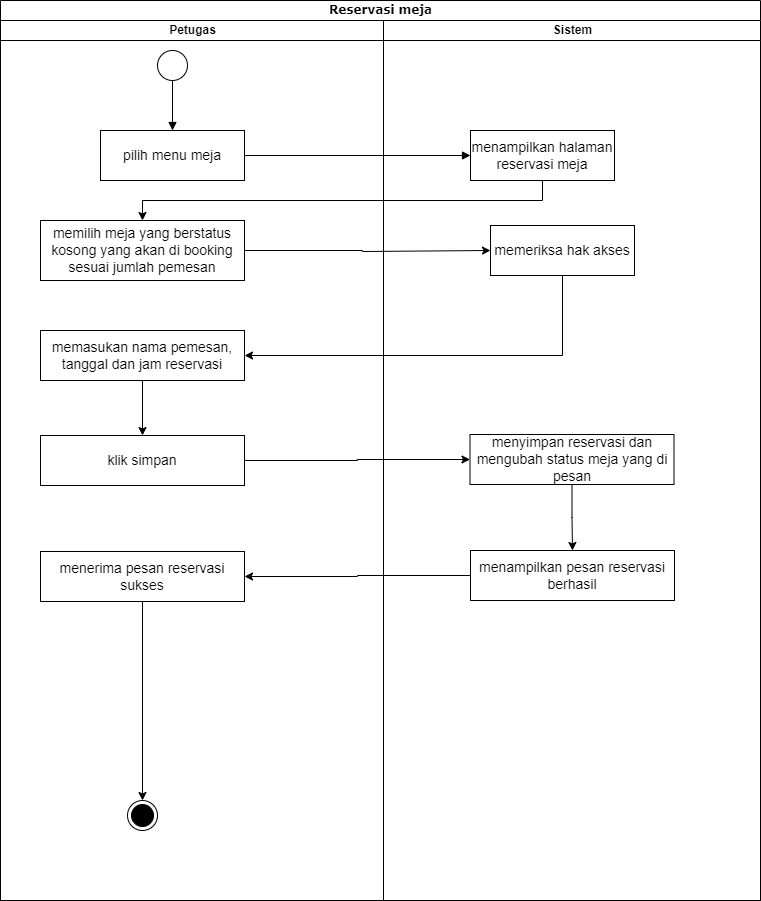
Before: activity4.drawio.png, a diagram exported from draw.io (annrdhjn/drawio). Source tidied: cells renumbered, new cells last; positions are measured from the earlier drawing's top-left corner, leaving out a move shared by most shapes. Its diagram source:
```xml
<mxGraphModel>
  <root>
    <mxCell id="0" />
    <mxCell id="1" parent="0" />
    <mxCell id="2" value="Reservasi meja" style="swimlane;html=1;startSize=20;rounded=0;shadow=0;comic=0;labelBackgroundColor=none;strokeWidth=1;fontFamily=Verdana;fontSize=12;align=center;" parent="1" vertex="1">
      <mxGeometry width="760" height="900" as="geometry" />
    </mxCell>
    <mxCell id="3" style="html=1;verticalAlign=bottom;labelBackgroundColor=none;endArrow=block;endFill=1;rounded=0;exitX=1;exitY=0.5;exitDx=0;exitDy=0;entryX=0;entryY=0.5;entryDx=0;entryDy=0;" parent="2" edge="1" source="8" target="18">
      <mxGeometry relative="1" as="geometry" />
    </mxCell>
    <mxCell id="4" style="edgeStyle=orthogonalEdgeStyle;rounded=0;jettySize=auto;html=1;exitX=0.5;exitY=1;exitDx=0;exitDy=0;entryX=0.5;entryY=0;entryDx=0;entryDy=0;" parent="2" edge="1" source="18" target="10">
      <mxGeometry relative="1" as="geometry" />
    </mxCell>
    <mxCell id="5" style="edgeStyle=orthogonalEdgeStyle;rounded=0;jettySize=auto;html=1;exitX=1;exitY=0.5;exitDx=0;exitDy=0;entryX=0;entryY=0.5;entryDx=0;entryDy=0;" parent="2" edge="1" source="10" target="19">
      <mxGeometry relative="1" as="geometry">
        <Array as="points">
          <mxPoint x="362" y="250" />
          <mxPoint x="490" y="251" />
        </Array>
      </mxGeometry>
    </mxCell>
    <mxCell id="6" value="Petugas" style="swimlane;html=1;startSize=20;" parent="2" vertex="1">
      <mxGeometry y="20" width="383" height="880" as="geometry" />
    </mxCell>
    <mxCell id="7" style="ellipse;" parent="6" vertex="1">
      <mxGeometry x="157" y="30" width="30" height="30" as="geometry" />
    </mxCell>
    <mxCell id="8" value="&lt;font style=&quot;font-size: 14px;&quot;&gt;pilih menu meja&lt;/font&gt;" style="html=1;whiteSpace=wrap;" parent="6" vertex="1">
      <mxGeometry x="100" y="110" width="144" height="50" as="geometry" />
    </mxCell>
    <mxCell id="9" style="html=1;verticalAlign=bottom;labelBackgroundColor=none;endArrow=block;endFill=1;rounded=0;exitX=0.5;exitY=1;exitDx=0;exitDy=0;" parent="6" edge="1" source="7" target="8">
      <mxGeometry relative="1" as="geometry" />
    </mxCell>
    <mxCell id="10" value="&lt;font style=&quot;font-size: 14px;&quot;&gt;memilih meja yang berstatus kosong yang akan di booking sesuai jumlah pemesan&lt;/font&gt;" style="html=1;whiteSpace=wrap;" parent="6" vertex="1">
      <mxGeometry x="40" y="200" width="204" height="60" as="geometry" />
    </mxCell>
    <mxCell id="11" style="edgeStyle=orthogonalEdgeStyle;rounded=0;jettySize=auto;html=1;entryX=0.5;entryY=0;entryDx=0;entryDy=0;" parent="6" edge="1" source="12" target="13">
      <mxGeometry relative="1" as="geometry" />
    </mxCell>
    <mxCell id="12" value="&lt;font style=&quot;font-size: 14px;&quot;&gt;memasukan nama pemesan, tanggal dan jam reservasi&lt;/font&gt;" style="html=1;whiteSpace=wrap;" parent="6" vertex="1">
      <mxGeometry x="40" y="310" width="204" height="50" as="geometry" />
    </mxCell>
    <mxCell id="13" value="&lt;font style=&quot;font-size: 14px;&quot;&gt;klik simpan&lt;/font&gt;" style="html=1;whiteSpace=wrap;" parent="6" vertex="1">
      <mxGeometry x="40" y="415" width="204" height="50" as="geometry" />
    </mxCell>
    <mxCell id="14" value="&lt;font style=&quot;font-size: 14px;&quot;&gt;menerima pesan reservasi sukses&lt;/font&gt;" style="html=1;whiteSpace=wrap;" parent="6" vertex="1">
      <mxGeometry x="40" y="531" width="204" height="50" as="geometry" />
    </mxCell>
    <mxCell id="15" style="ellipse;html=1;shape=endState;fillColor=strokeColor;" parent="6" vertex="1">
      <mxGeometry x="127" y="780" width="30" height="30" as="geometry" />
    </mxCell>
    <mxCell id="16" style="edgeStyle=orthogonalEdgeStyle;rounded=0;jettySize=auto;html=1;entryX=0.5;entryY=0;entryDx=0;entryDy=0;exitX=0.5;exitY=1;exitDx=0;exitDy=0;" parent="6" edge="1" source="14" target="15">
      <mxGeometry relative="1" as="geometry" />
    </mxCell>
    <mxCell id="17" value="Sistem" style="swimlane;html=1;startSize=20;" parent="2" vertex="1">
      <mxGeometry x="383" y="20" width="377" height="880" as="geometry" />
    </mxCell>
    <mxCell id="18" value="&lt;font style=&quot;font-size: 14px;&quot;&gt;menampilkan halaman reservasi meja&lt;/font&gt;" style="html=1;whiteSpace=wrap;" parent="17" vertex="1">
      <mxGeometry x="87" y="110" width="144" height="50" as="geometry" />
    </mxCell>
    <mxCell id="19" value="&lt;font style=&quot;font-size: 14px;&quot;&gt;memeriksa hak akses&lt;/font&gt;" style="html=1;whiteSpace=wrap;" parent="17" vertex="1">
      <mxGeometry x="107" y="205" width="144" height="50" as="geometry" />
    </mxCell>
    <mxCell id="20" style="edgeStyle=orthogonalEdgeStyle;rounded=0;jettySize=auto;html=1;entryX=0.5;entryY=0;entryDx=0;entryDy=0;" parent="17" edge="1" source="21" target="22">
      <mxGeometry relative="1" as="geometry" />
    </mxCell>
    <mxCell id="21" value="&lt;font style=&quot;font-size: 14px;&quot;&gt;menyimpan reservasi dan mengubah status meja yang di pesan&lt;/font&gt;" style="html=1;whiteSpace=wrap;" parent="17" vertex="1">
      <mxGeometry x="86.5" y="414" width="204" height="50" as="geometry" />
    </mxCell>
    <mxCell id="22" value="&lt;font style=&quot;font-size: 14px;&quot;&gt;menampilkan pesan reservasi berhasil&lt;/font&gt;" style="html=1;whiteSpace=wrap;" parent="17" vertex="1">
      <mxGeometry x="87" y="530" width="204" height="50" as="geometry" />
    </mxCell>
    <mxCell id="23" style="edgeStyle=orthogonalEdgeStyle;rounded=0;jettySize=auto;html=1;exitX=0.5;exitY=1;exitDx=0;exitDy=0;entryX=1;entryY=0.5;entryDx=0;entryDy=0;" parent="2" edge="1" source="19" target="12">
      <mxGeometry relative="1" as="geometry" />
    </mxCell>
    <mxCell id="24" style="edgeStyle=orthogonalEdgeStyle;rounded=0;jettySize=auto;html=1;entryX=0;entryY=0.5;entryDx=0;entryDy=0;" parent="2" edge="1" source="13" target="21">
      <mxGeometry relative="1" as="geometry" />
    </mxCell>
    <mxCell id="25" style="edgeStyle=orthogonalEdgeStyle;rounded=0;jettySize=auto;html=1;entryX=1;entryY=0.5;entryDx=0;entryDy=0;" parent="2" edge="1" source="22" target="14">
      <mxGeometry relative="1" as="geometry" />
    </mxCell>
  </root>
</mxGraphModel>
```
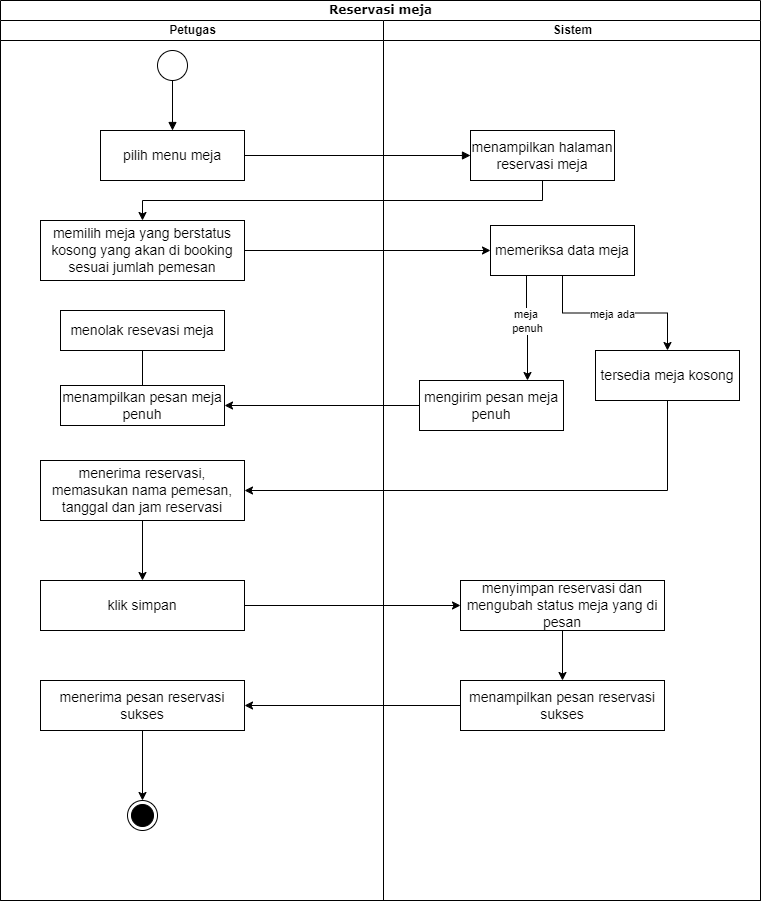
After the commit.

Change to the diagram source:
```diff
@@ -1,4 +1,4 @@
-<mxGraphModel>
+<mxGraphModel background="#ffffff">
   <root>
     <mxCell id="0" />
     <mxCell id="1" parent="0" />
@@ -11,14 +11,6 @@
     <mxCell id="4" style="edgeStyle=orthogonalEdgeStyle;rounded=0;jettySize=auto;html=1;exitX=0.5;exitY=1;exitDx=0;exitDy=0;entryX=0.5;entryY=0;entryDx=0;entryDy=0;" parent="2" edge="1" source="18" target="10">
       <mxGeometry relative="1" as="geometry" />
     </mxCell>
-    <mxCell id="5" style="edgeStyle=orthogonalEdgeStyle;rounded=0;jettySize=auto;html=1;exitX=1;exitY=0.5;exitDx=0;exitDy=0;entryX=0;entryY=0.5;entryDx=0;entryDy=0;" parent="2" edge="1" source="10" target="19">
-      <mxGeometry relative="1" as="geometry">
-        <Array as="points">
-          <mxPoint x="362" y="250" />
-          <mxPoint x="490" y="251" />
-        </Array>
-      </mxGeometry>
-    </mxCell>
     <mxCell id="6" value="Petugas" style="swimlane;html=1;startSize=20;" parent="2" vertex="1">
       <mxGeometry y="20" width="383" height="880" as="geometry" />
     </mxCell>
@@ -37,14 +29,14 @@
     <mxCell id="11" style="edgeStyle=orthogonalEdgeStyle;rounded=0;jettySize=auto;html=1;entryX=0.5;entryY=0;entryDx=0;entryDy=0;" parent="6" edge="1" source="12" target="13">
       <mxGeometry relative="1" as="geometry" />
     </mxCell>
-    <mxCell id="12" value="&lt;font style=&quot;font-size: 14px;&quot;&gt;memasukan nama pemesan, tanggal dan jam reservasi&lt;/font&gt;" style="html=1;whiteSpace=wrap;" parent="6" vertex="1">
-      <mxGeometry x="40" y="310" width="204" height="50" as="geometry" />
+    <mxCell id="12" value="&lt;font style=&quot;font-size: 14px;&quot;&gt;menerima reservasi, memasukan nama pemesan, tanggal dan jam reservasi&lt;/font&gt;" style="html=1;whiteSpace=wrap;" parent="6" vertex="1">
+      <mxGeometry x="40" y="440" width="204" height="60" as="geometry" />
     </mxCell>
     <mxCell id="13" value="&lt;font style=&quot;font-size: 14px;&quot;&gt;klik simpan&lt;/font&gt;" style="html=1;whiteSpace=wrap;" parent="6" vertex="1">
-      <mxGeometry x="40" y="415" width="204" height="50" as="geometry" />
+      <mxGeometry x="40" y="560" width="204" height="50" as="geometry" />
     </mxCell>
     <mxCell id="14" value="&lt;font style=&quot;font-size: 14px;&quot;&gt;menerima pesan reservasi sukses&lt;/font&gt;" style="html=1;whiteSpace=wrap;" parent="6" vertex="1">
-      <mxGeometry x="40" y="531" width="204" height="50" as="geometry" />
+      <mxGeometry x="40" y="660" width="204" height="50" as="geometry" />
     </mxCell>
     <mxCell id="15" style="ellipse;html=1;shape=endState;fillColor=strokeColor;" parent="6" vertex="1">
       <mxGeometry x="127" y="780" width="30" height="30" as="geometry" />
@@ -52,32 +44,65 @@
     <mxCell id="16" style="edgeStyle=orthogonalEdgeStyle;rounded=0;jettySize=auto;html=1;entryX=0.5;entryY=0;entryDx=0;entryDy=0;exitX=0.5;exitY=1;exitDx=0;exitDy=0;" parent="6" edge="1" source="14" target="15">
       <mxGeometry relative="1" as="geometry" />
     </mxCell>
+    <mxCell id="26" value="&lt;font style=&quot;font-size: 14px;&quot;&gt;menampilkan pesan meja penuh&lt;/font&gt;" style="html=1;whiteSpace=wrap;" parent="6" vertex="1">
+      <mxGeometry x="60" y="365" width="164" height="40" as="geometry" />
+    </mxCell>
+    <mxCell id="27" value="&lt;font style=&quot;font-size: 14px;&quot;&gt;menolak resevasi meja&lt;/font&gt;" style="html=1;whiteSpace=wrap;" parent="6" vertex="1">
+      <mxGeometry x="60" y="290" width="164" height="40" as="geometry" />
+    </mxCell>
+    <mxCell id="28" style="endArrow=none;html=1;rounded=0;entryX=0.5;entryY=1;entryDx=0;entryDy=0;exitX=0.5;exitY=0;exitDx=0;exitDy=0;" parent="6" edge="1" source="26" target="27">
+      <mxGeometry relative="1" as="geometry" />
+    </mxCell>
+    <mxCell id="24" style="edgeStyle=orthogonalEdgeStyle;rounded=0;jettySize=auto;html=1;entryX=0;entryY=0.5;entryDx=0;entryDy=0;" parent="2" edge="1" source="13" target="21">
+      <mxGeometry relative="1" as="geometry" />
+    </mxCell>
+    <mxCell id="25" style="edgeStyle=orthogonalEdgeStyle;rounded=0;jettySize=auto;html=1;entryX=1;entryY=0.5;entryDx=0;entryDy=0;" parent="2" edge="1" source="22" target="14">
+      <mxGeometry relative="1" as="geometry" />
+    </mxCell>
+    <mxCell id="5" style="edgeStyle=orthogonalEdgeStyle;rounded=0;jettySize=auto;html=1;exitX=1;exitY=0.5;exitDx=0;exitDy=0;entryX=0;entryY=0.5;entryDx=0;entryDy=0;" parent="2" edge="1" source="10" target="19">
+      <mxGeometry relative="1" as="geometry" />
+    </mxCell>
+    <mxCell id="29" style="edgeStyle=orthogonalEdgeStyle;rounded=0;jettySize=auto;html=1;exitX=0;exitY=0.5;exitDx=0;exitDy=0;" parent="2" edge="1" source="31" target="26">
+      <mxGeometry relative="1" as="geometry" />
+    </mxCell>
+    <mxCell id="30" style="edgeStyle=orthogonalEdgeStyle;rounded=0;jettySize=auto;html=1;exitX=0.5;exitY=1;exitDx=0;exitDy=0;entryX=1;entryY=0.5;entryDx=0;entryDy=0;" parent="2" edge="1" source="32" target="12">
+      <mxGeometry relative="1" as="geometry" />
+    </mxCell>
     <mxCell id="17" value="Sistem" style="swimlane;html=1;startSize=20;" parent="2" vertex="1">
       <mxGeometry x="383" y="20" width="377" height="880" as="geometry" />
     </mxCell>
     <mxCell id="18" value="&lt;font style=&quot;font-size: 14px;&quot;&gt;menampilkan halaman reservasi meja&lt;/font&gt;" style="html=1;whiteSpace=wrap;" parent="17" vertex="1">
       <mxGeometry x="87" y="110" width="144" height="50" as="geometry" />
     </mxCell>
-    <mxCell id="19" value="&lt;font style=&quot;font-size: 14px;&quot;&gt;memeriksa hak akses&lt;/font&gt;" style="html=1;whiteSpace=wrap;" parent="17" vertex="1">
+    <mxCell id="19" value="&lt;font style=&quot;font-size: 14px;&quot;&gt;memeriksa data meja&lt;/font&gt;" style="html=1;whiteSpace=wrap;" parent="17" vertex="1">
       <mxGeometry x="107" y="205" width="144" height="50" as="geometry" />
     </mxCell>
     <mxCell id="20" style="edgeStyle=orthogonalEdgeStyle;rounded=0;jettySize=auto;html=1;entryX=0.5;entryY=0;entryDx=0;entryDy=0;" parent="17" edge="1" source="21" target="22">
       <mxGeometry relative="1" as="geometry" />
     </mxCell>
     <mxCell id="21" value="&lt;font style=&quot;font-size: 14px;&quot;&gt;menyimpan reservasi dan mengubah status meja yang di pesan&lt;/font&gt;" style="html=1;whiteSpace=wrap;" parent="17" vertex="1">
-      <mxGeometry x="86.5" y="414" width="204" height="50" as="geometry" />
+      <mxGeometry x="77" y="560" width="204" height="50" as="geometry" />
     </mxCell>
-    <mxCell id="22" value="&lt;font style=&quot;font-size: 14px;&quot;&gt;menampilkan pesan reservasi berhasil&lt;/font&gt;" style="html=1;whiteSpace=wrap;" parent="17" vertex="1">
-      <mxGeometry x="87" y="530" width="204" height="50" as="geometry" />
+    <mxCell id="22" value="&lt;font style=&quot;font-size: 14px;&quot;&gt;menampilkan pesan reservasi sukses&lt;/font&gt;" style="html=1;whiteSpace=wrap;" parent="17" vertex="1">
+      <mxGeometry x="77" y="660" width="204" height="50" as="geometry" />
     </mxCell>
+    <mxCell id="31" value="&lt;font style=&quot;font-size: 14px;&quot;&gt;mengirim pesan meja penuh&lt;/font&gt;" style="html=1;whiteSpace=wrap;" parent="17" vertex="1">
+      <mxGeometry x="36" y="360" width="144" height="50" as="geometry" />
+    </mxCell>
+    <mxCell id="32" value="&lt;span style=&quot;font-size: 14px;&quot;&gt;tersedia meja kosong&lt;/span&gt;" style="html=1;whiteSpace=wrap;" parent="17" vertex="1">
+      <mxGeometry x="212" y="330" width="144" height="50" as="geometry" />
+    </mxCell>
-    <mxCell id="23" style="edgeStyle=orthogonalEdgeStyle;rounded=0;jettySize=auto;html=1;exitX=0.5;exitY=1;exitDx=0;exitDy=0;entryX=1;entryY=0.5;entryDx=0;entryDy=0;" parent="2" edge="1" source="19" target="12">
+    <mxCell id="23" style="edgeStyle=orthogonalEdgeStyle;rounded=0;jettySize=auto;html=1;exitX=0.5;exitY=1;exitDx=0;exitDy=0;entryX=0.5;entryY=0;entryDx=0;entryDy=0;" parent="17" edge="1" source="19" target="32">
       <mxGeometry relative="1" as="geometry" />
     </mxCell>
-    <mxCell id="24" style="edgeStyle=orthogonalEdgeStyle;rounded=0;jettySize=auto;html=1;entryX=0;entryY=0.5;entryDx=0;entryDy=0;" parent="2" edge="1" source="13" target="21">
-      <mxGeometry relative="1" as="geometry" />
-    </mxCell>
-    <mxCell id="25" style="edgeStyle=orthogonalEdgeStyle;rounded=0;jettySize=auto;html=1;entryX=1;entryY=0.5;entryDx=0;entryDy=0;" parent="2" edge="1" source="22" target="14">
-      <mxGeometry relative="1" as="geometry" />
-    </mxCell>
+    <mxCell id="33" value="meja ada" style="edgeLabel;html=1;align=center;verticalAlign=middle;" parent="23" vertex="1">
+      <mxGeometry x="-0.03" y="-1" relative="1" as="geometry" />
+    </mxCell>
+    <mxCell id="34" style="edgeStyle=orthogonalEdgeStyle;rounded=0;jettySize=auto;html=1;exitX=0.25;exitY=1;exitDx=0;exitDy=0;entryX=0.75;entryY=0;entryDx=0;entryDy=0;" parent="17" edge="1" source="19" target="31">
+      <mxGeometry relative="1" as="geometry" />
+    </mxCell>
+    <mxCell id="35" value="meja&amp;nbsp;&lt;br&gt;penuh" style="edgeLabel;html=1;align=center;verticalAlign=middle;" parent="34" vertex="1">
+      <mxGeometry x="-0.15" relative="1" as="geometry" />
+    </mxCell>
   </root>
 </mxGraphModel>
```
